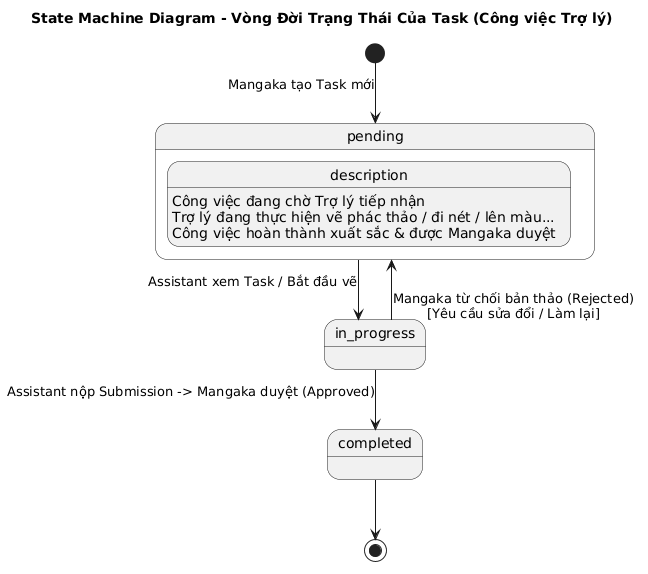
The PlantUML diagram assets/diagrams/Chapter3_IMAGE/State_Machine_Task.png in trongtan0079/manga-workflow-report, before a commit.
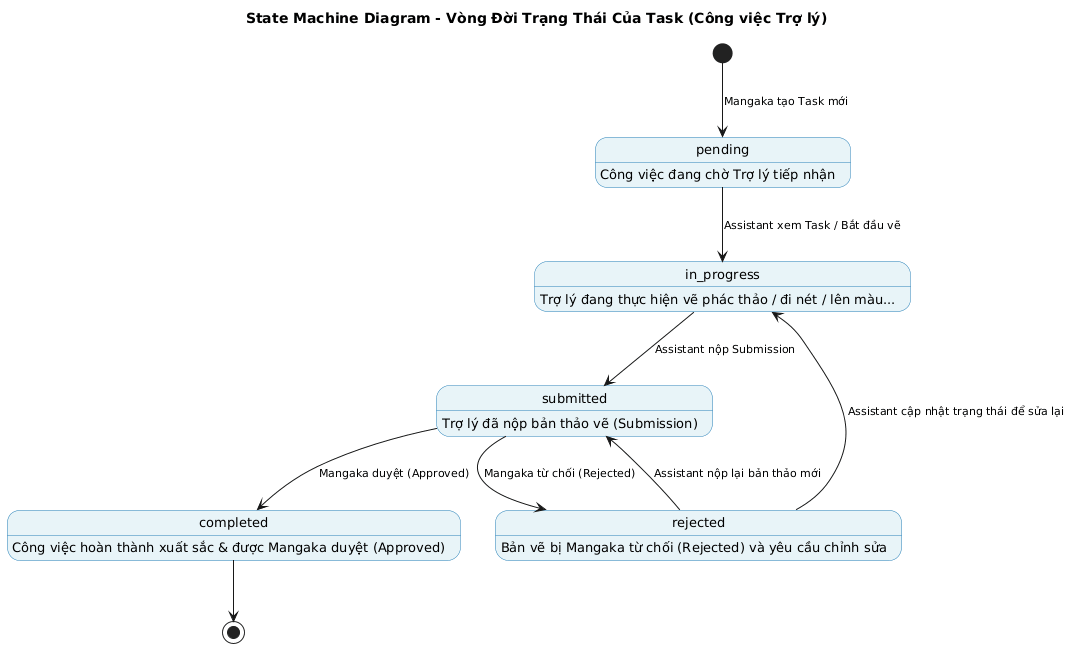
After the commit.

Change to the diagram source:
```diff
@@ -3,28 +3,30 @@
 
 skinparam backgroundColor white
 skinparam shadowing false
-skinparam linetype ortho
+skinparam state {
+    BackgroundColor #E8F4F8
+    BorderColor #2980B9
+    FontSize 13
+}
+skinparam ArrowFontSize 11
 
 [*] --> pending : Mangaka tạo Task mới
 
-state pending {
-    description : Công việc đang chờ Trợ lý tiếp nhận
-}
-
-state in_progress {
-    description : Trợ lý đang thực hiện vẽ phác thảo / đi nét / lên màu...
-}
-
-state completed {
-    description : Công việc hoàn thành xuất sắc & được Mangaka duyệt
-}
+pending : Công việc đang chờ Trợ lý tiếp nhận
+in_progress : Trợ lý đang thực hiện vẽ phác thảo / đi nét / lên màu...
+submitted : Trợ lý đã nộp bản thảo vẽ (Submission)
+completed : Công việc hoàn thành xuất sắc & được Mangaka duyệt (Approved)
+rejected : Bản vẽ bị Mangaka từ chối (Rejected) và yêu cầu chỉnh sửa
 
 pending --> in_progress : Assistant xem Task / Bắt đầu vẽ
 
-in_progress --> pending : Mangaka từ chối bản thảo (Rejected)\n[Yêu cầu sửa đổi / Làm lại]
+in_progress --> submitted : Assistant nộp Submission
 
-in_progress --> completed : Assistant nộp Submission -> Mangaka duyệt (Approved)
+submitted --> completed : Mangaka duyệt (Approved)
+submitted --> rejected : Mangaka từ chối (Rejected)
+
+rejected --> in_progress : Assistant cập nhật trạng thái để sửa lại
+rejected --> submitted : Assistant nộp lại bản thảo mới
 
 completed --> [*]
-
 @enduml
```
